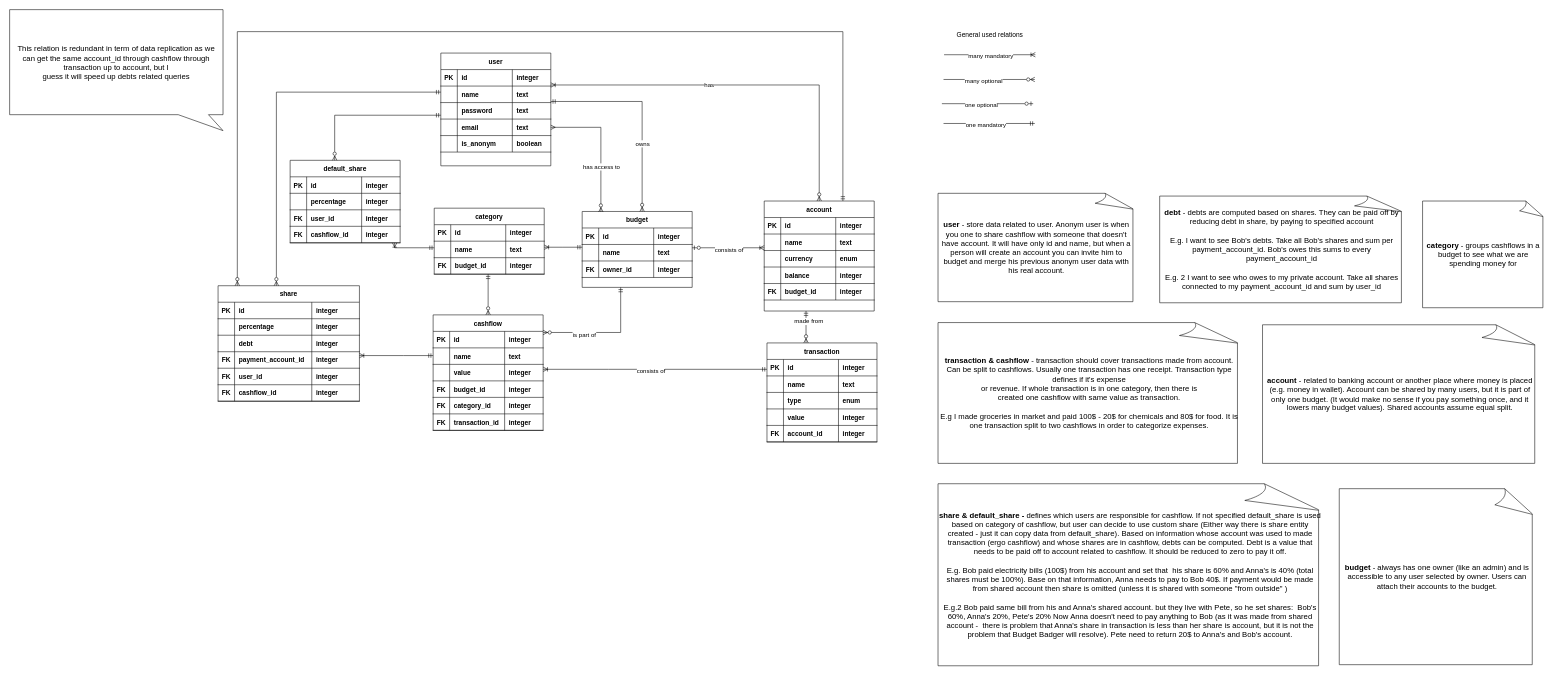
Above: EntityRelationshipDiagram.drawio in MatteoDelOmbra/budget-badger-api (draw.io), before the change. Source tidied: cells renumbered, new cells numbered last; positions are measured from the earlier drawing's top-left corner, leaving out a move shared by most shapes. Both pictures are drawn from the tidied source at 55%, with x=0, y=0 at pixel (9, 9).
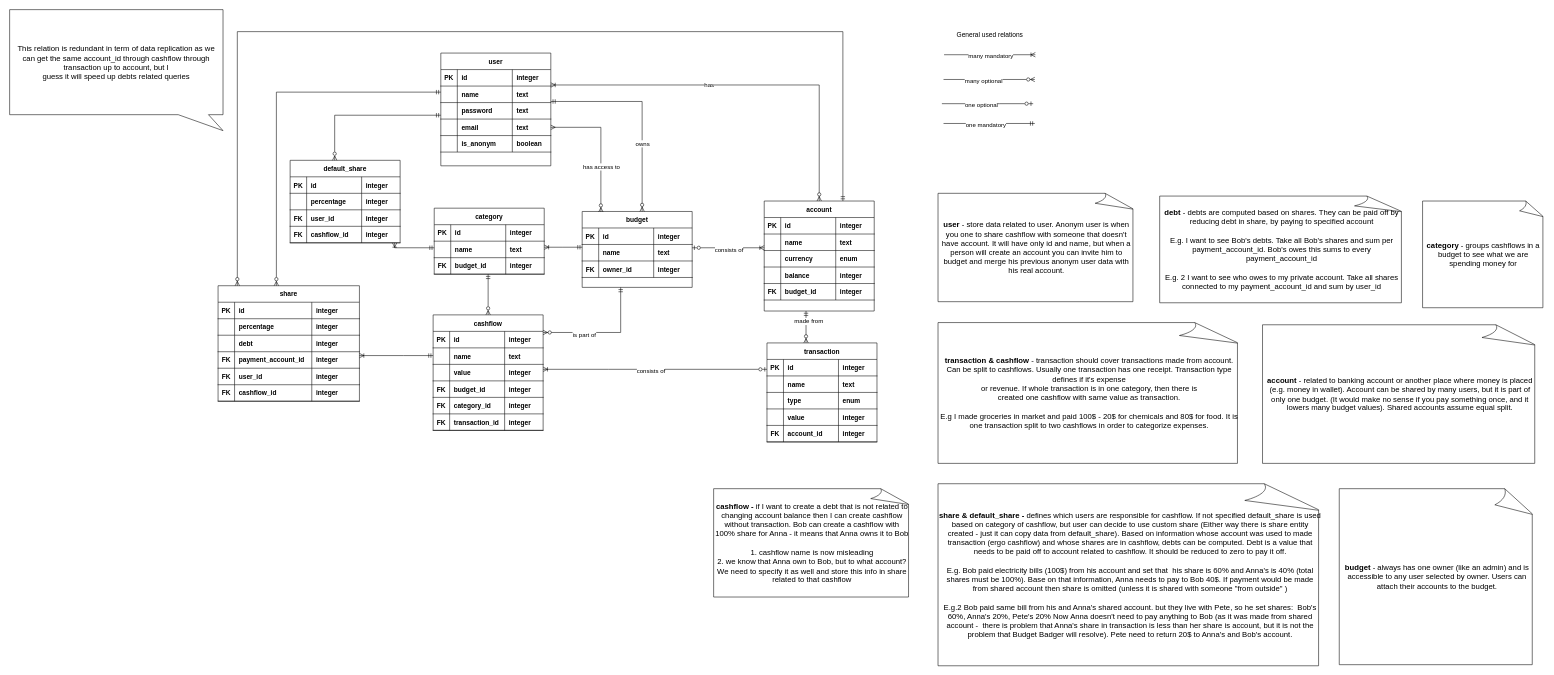
The same diagram, later.

Unchanged cells that the change refers to:
```xml
<mxCell id="70" value="transaction" style="shape=table;startSize=30;childLayout=tableLayout;rowLines=0;fontStyle=1;align=center;" parent="1" vertex="1">
  <mxGeometry x="1377" y="606" width="200" height="180" as="geometry" />
</mxCell>
<mxCell id="98" value="cashflow" style="shape=table;startSize=30;childLayout=tableLayout;rowLines=0;fontStyle=1;align=center;" parent="1" vertex="1">
  <mxGeometry x="770" y="555" width="200" height="210" as="geometry" />
</mxCell>
```

Change to the diagram source:
```diff
@@
-    <mxCell id="125" style="edgeStyle=elbowEdgeStyle;fontSize=12;html=1;endArrow=ERoneToMany;startArrow=ERmandOne;rounded=0;" parent="1" edge="1" source="70" target="98">
+    <mxCell id="125" style="edgeStyle=elbowEdgeStyle;fontSize=12;html=1;endArrow=ERoneToMany;startArrow=ERzeroToOne;rounded=0;startFill=0;" parent="1" edge="1" source="70" target="98">
       <mxGeometry relative="1" as="geometry">
         <Array as="points">
           <mxPoint x="1089" y="654" />
         </Array>
       </mxGeometry>
     </mxCell>
@@
+    <mxCell id="196" value="&lt;div&gt;&lt;font style=&quot;font-size: 14px;&quot;&gt;&lt;b&gt;cashflow - &lt;/b&gt;if I want to create a debt that is not related to changing account balance then I can create cashflow without transaction. Bob can create a cashflow with 100% share for Anna - it means that Anna owns it to Bob&lt;/font&gt;&lt;/div&gt;&lt;div&gt;&lt;font style=&quot;font-size: 14px;&quot;&gt;&lt;br&gt;&lt;/font&gt;&lt;/div&gt;&lt;div&gt;&lt;font style=&quot;font-size: 14px;&quot;&gt;1. cashflow name is now misleading&lt;/font&gt;&lt;/div&gt;&lt;div&gt;&lt;font style=&quot;font-size: 14px;&quot;&gt;2. we know that Anna own to Bob, but to what account? We need to specify it as well and store this info in share related to that cashflow&lt;br&gt;&lt;/font&gt;&lt;/div&gt;" style="whiteSpace=wrap;html=1;shape=mxgraph.basic.document;fontSize=14;" parent="1" vertex="1">
+      <mxGeometry x="1280" y="871" width="358" height="197" as="geometry" />
+    </mxCell>
```
